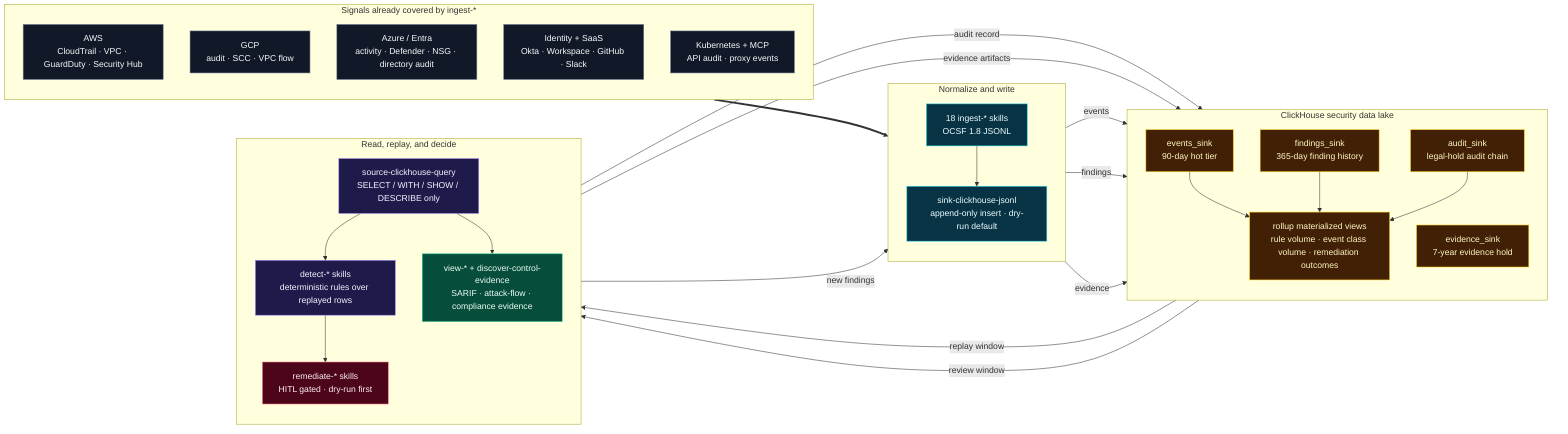
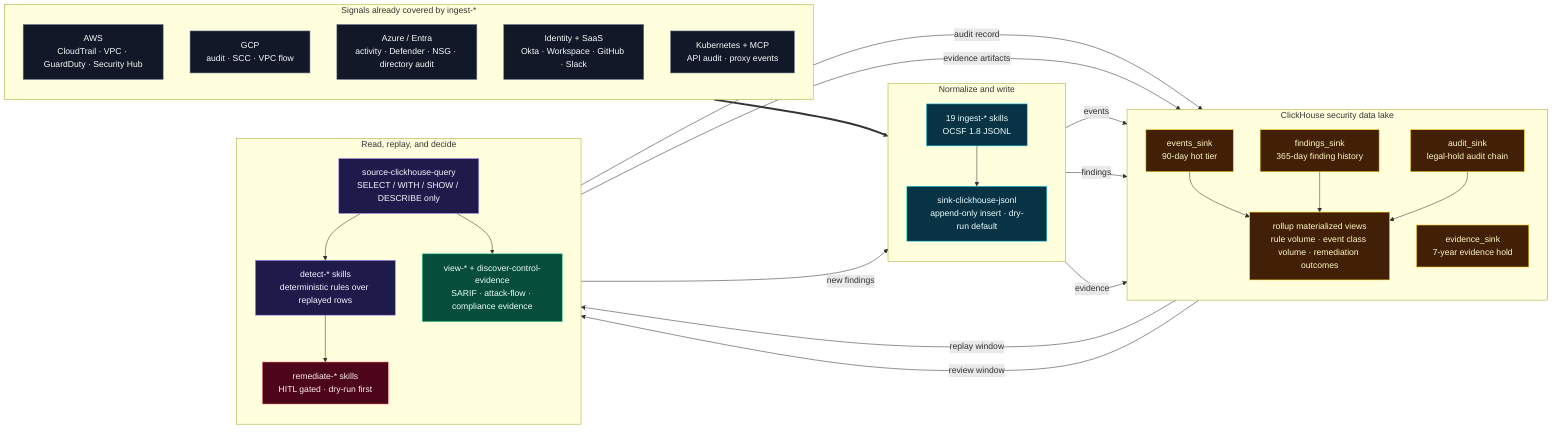
%% ClickHouse security data lake — closed-loop lanes.
%% Hero-narrative companion to docs/CLICKHOUSE_DATA_LAKE.md.
%% Render with `mmdc -i clickhouse-data-lake.mmd -o clickhouse-data-lake.svg`.

flowchart LR
    classDef signal    fill:#111827,stroke:#64748b,color:#f8fafc
    classDef transform fill:#083344,stroke:#22d3ee,color:#ecfeff
    classDef lake      fill:#422006,stroke:#facc15,color:#fef9c3
    classDef query     fill:#1e1b4b,stroke:#a78bfa,color:#f5f3ff
    classDef output    fill:#064e3b,stroke:#34d399,color:#ecfdf5
    classDef audit     fill:#4c0519,stroke:#fb7185,color:#fff1f2

    subgraph SIG["Signals already covered by ingest-*"]
      direction TB
      AWS["AWS<br/>CloudTrail · VPC · GuardDuty · Security Hub"]:::signal
      GCP["GCP<br/>audit · SCC · VPC flow"]:::signal
      AZ["Azure / Entra<br/>activity · Defender · NSG · directory audit"]:::signal
      IDP["Identity + SaaS<br/>Okta · Workspace · GitHub · Slack"]:::signal
      KSP["Kubernetes + MCP<br/>API audit · proxy events"]:::signal
    end

    subgraph L1["Normalize and write"]
      direction TB
-       ING["18 ingest-* skills<br/>OCSF 1.8 JSONL"]:::transform
+       ING["19 ingest-* skills<br/>OCSF 1.8 JSONL"]:::transform
      SINK["sink-clickhouse-jsonl<br/>append-only insert · dry-run default"]:::transform
    end

    subgraph LAKE["ClickHouse security data lake"]
      direction TB
      HOT["events_sink<br/>90-day hot tier"]:::lake
      FIND["findings_sink<br/>365-day finding history"]:::lake
      EVID["evidence_sink<br/>7-year evidence hold"]:::lake
      AUD["audit_sink<br/>legal-hold audit chain"]:::lake
      MV["rollup materialized views<br/>rule volume · event class volume · remediation outcomes"]:::lake
    end

    subgraph REPLAY["Read, replay, and decide"]
      direction TB
      SRC["source-clickhouse-query<br/>SELECT / WITH / SHOW / DESCRIBE only"]:::query
      DET["detect-* skills<br/>deterministic rules over replayed rows"]:::query
      VIEW["view-* + discover-control-evidence<br/>SARIF · attack-flow · compliance evidence"]:::output
      REM["remediate-* skills<br/>HITL gated · dry-run first"]:::audit
    end

    SIG ==> ING
    ING --> SINK
    SINK -- "events" --> HOT
    SINK -- "findings" --> FIND
    SINK -- "evidence" --> EVID
    HOT --> MV
    FIND --> MV
    AUD --> MV
    HOT -- "replay window" --> SRC
    FIND -- "review window" --> SRC
    SRC --> DET
    SRC --> VIEW
    DET -- "new findings" --> SINK
    DET --> REM
    REM -- "audit record" --> AUD
    VIEW -- "evidence artifacts" --> EVID
